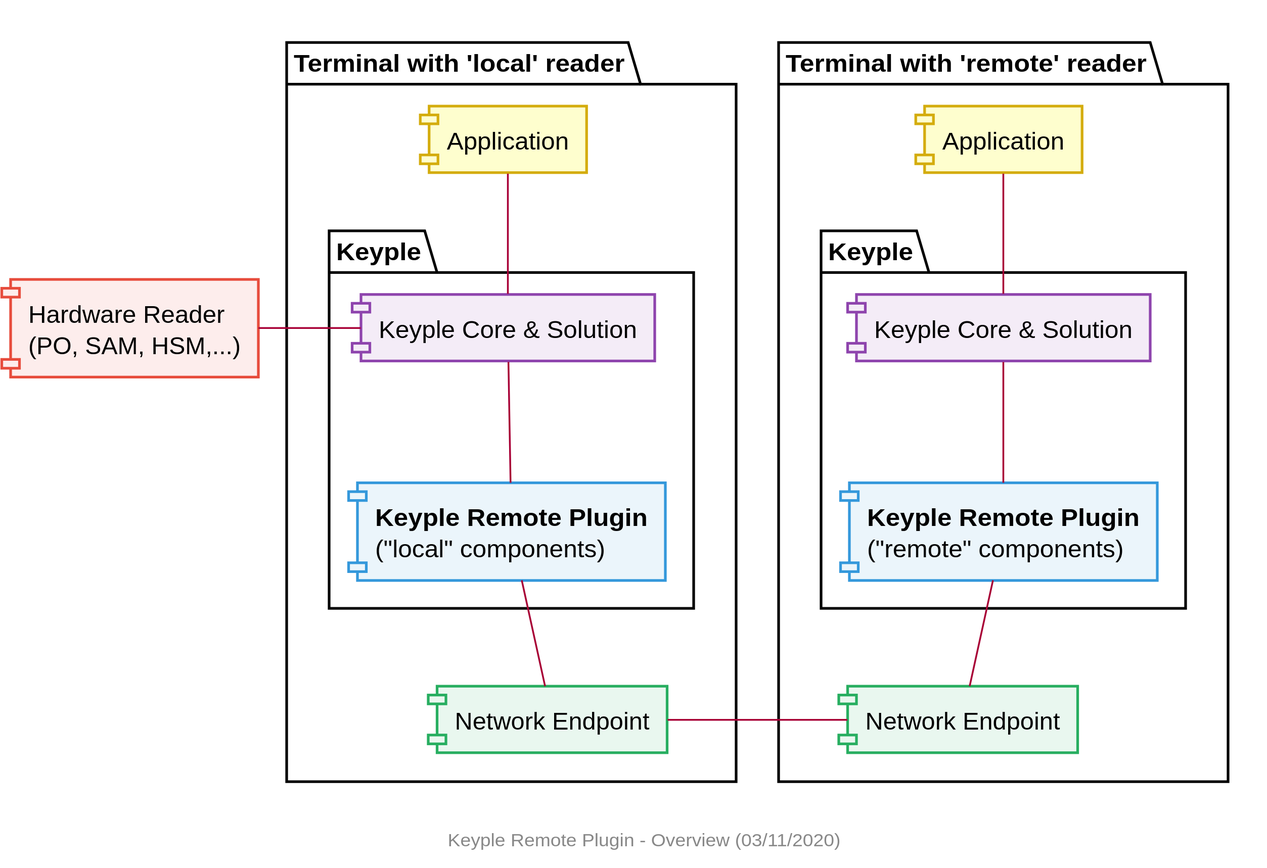
Above: media/remote-plugin/component/Remote_Component_Overview.svg in yvonneyam/keyple-website (PlantUML), before the change.
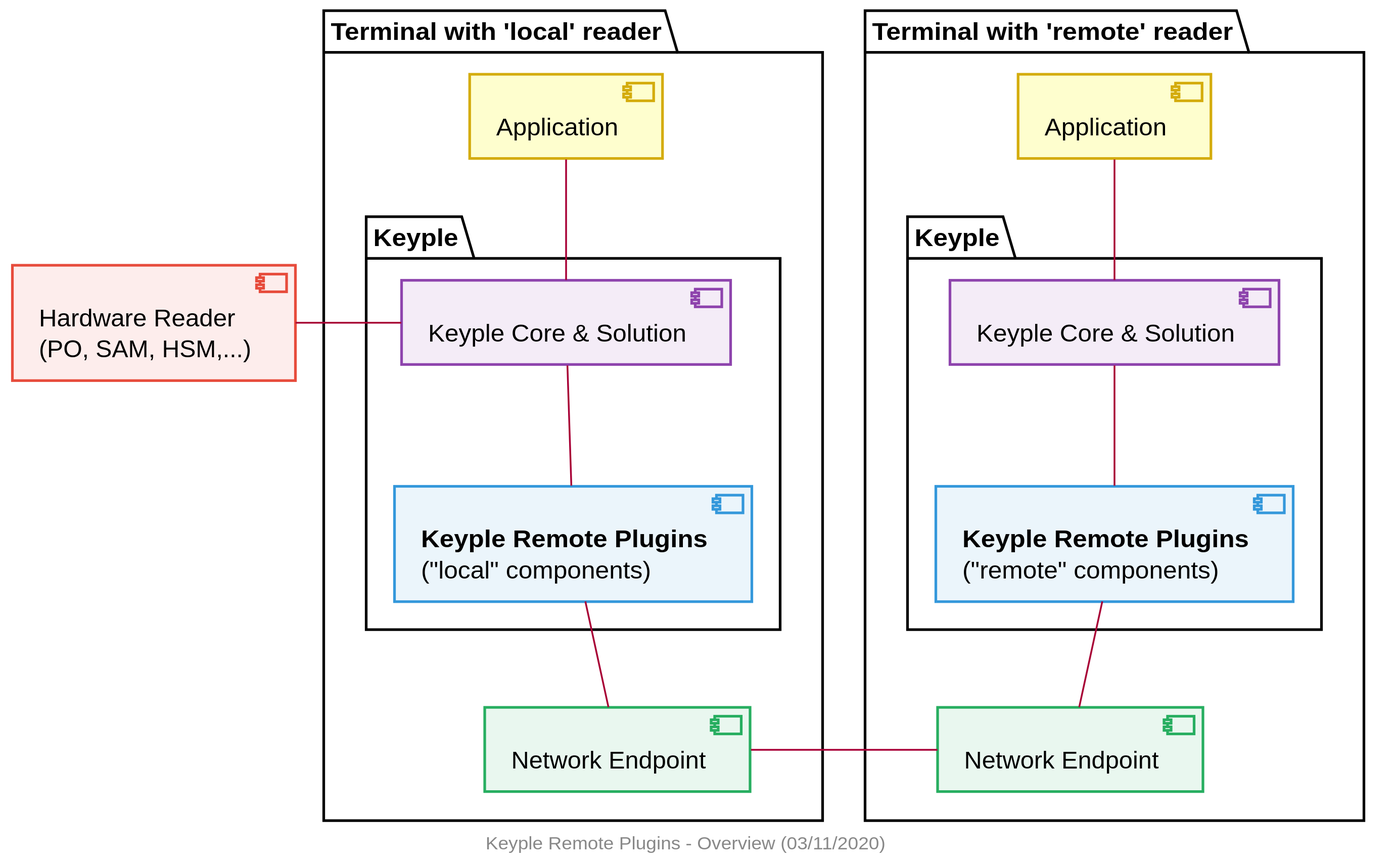
After the change.

Diff of the diagram source:
```diff
@@ -1,6 +1,6 @@
 @startuml
 footer
-    Keyple Remote Plugin - Overview (03/11/2020)
+    Keyple Remote Plugins - Overview (03/11/2020)
 end footer
 
 
@@ -30,7 +30,7 @@
 package "Terminal with 'local' reader" {
     [Application] as appA
     package "Keyple" as localKeyple {
-        [**Keyple Remote Plugin**\n("local" components)] as localLib <<blue>>
+        [**Keyple Remote Plugins**\n("local" components)] as localLib <<blue>>
         [Keyple Core & Solution] as localKeypleLibs <<purple>>
     }
     [Network Endpoint] as endpointA <<green>>
@@ -40,7 +40,7 @@
     [Application] as appB
     package "Keyple" as remoteKeyple {
         [Keyple Core & Solution] as remoteKeypleLibs <<purple>>
-        [**Keyple Remote Plugin**\n("remote" components)] as remoteLib <<blue>>
+        [**Keyple Remote Plugins**\n("remote" components)] as remoteLib <<blue>>
     }
     [Network Endpoint] as endpointB <<green>>
 }
```
